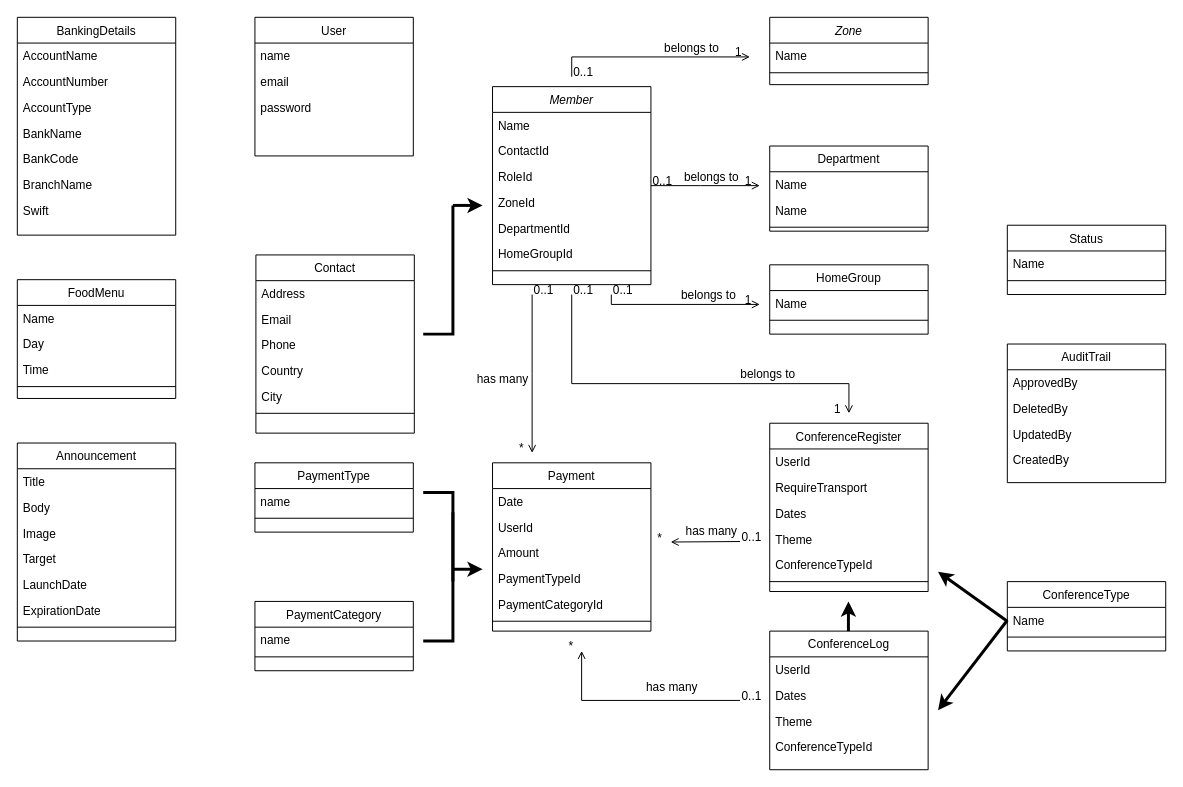
Before: Untitled Diagram.drawio in alphamonline/HIM-Events-App, a draw.io diagram. Source tidied: cells renumbered, new cells numbered last; positions are measured from the earlier drawing's top-left corner, leaving out a move shared by most shapes. Both pictures are drawn from the tidied source at 99%, with x=0, y=0 at pixel (17, 17).
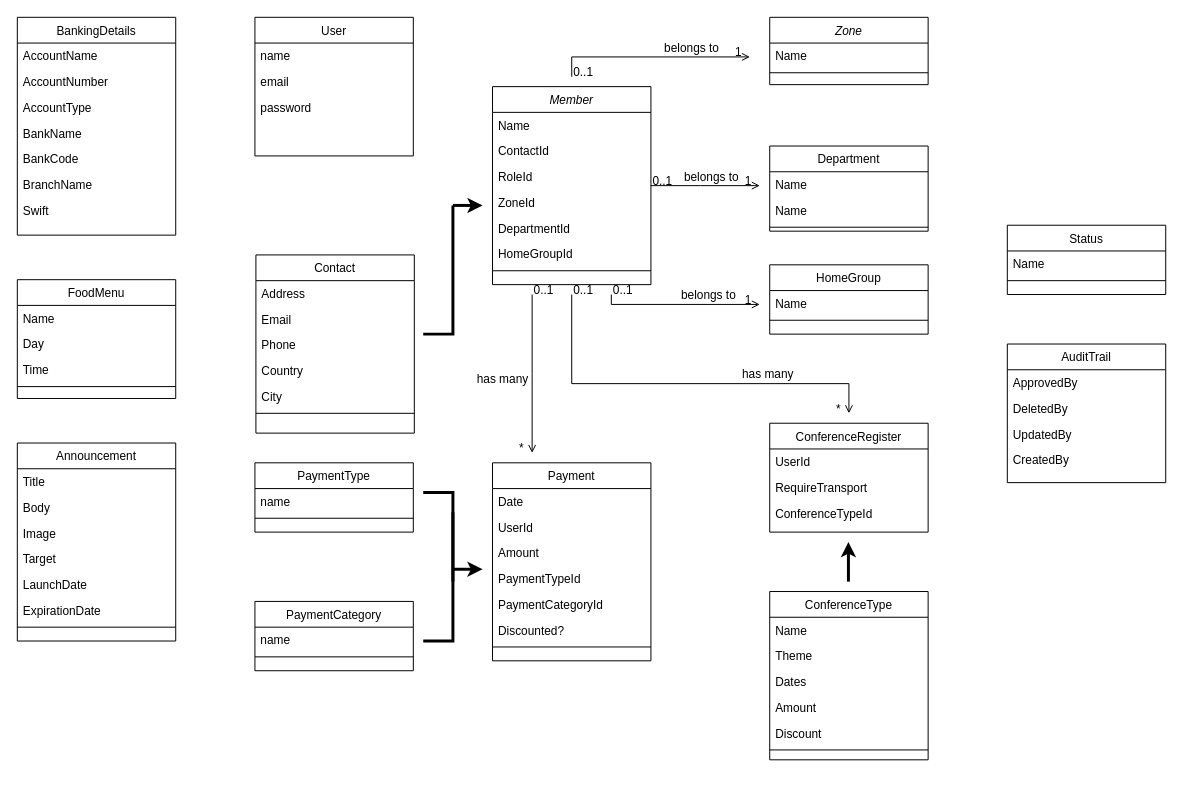
The same diagram, later.

Commit message:
Coference Logic

The change refers to these unchanged cells:
```xml
<mxCell id="34" value="Name" style="text;align=left;verticalAlign=top;spacingLeft=4;spacingRight=4;overflow=hidden;points=[[0,0.5],[1,0.5]];portConstraint=eastwest;" parent="33" vertex="1">
  <mxGeometry y="26" width="160" height="26" as="geometry" />
</mxCell>
<mxCell id="93" style="endArrow=open;shadow=0;strokeWidth=1;rounded=0;curved=0;endFill=1;edgeStyle=elbowEdgeStyle;elbow=vertical;" parent="1" edge="1">
  <mxGeometry x="0.5" y="41" relative="1" as="geometry">
    <mxPoint x="560" y="280" as="sourcePoint" />
    <mxPoint x="840" y="400" as="targetPoint" />
    <Array as="points">
      <mxPoint x="560" y="370" />
    </Array>
    <mxPoint x="-40" y="32" as="offset" />
  </mxGeometry>
</mxCell>
```

Diff of the diagram source:
```diff
@@
     <mxCell id="33" value="ConferenceType" style="swimlane;fontStyle=0;align=center;verticalAlign=top;horizontal=1;startSize=26;rounded=0;shadow=0;strokeWidth=1;" parent="1" vertex="1">
-      <mxGeometry x="1000" y="570" width="160" height="70" as="geometry" />
+      <mxGeometry x="760" y="580" width="160" height="170" as="geometry" />
     </mxCell>
@@
-    <mxCell id="35" style="line;html=1;strokeWidth=1;align=left;verticalAlign=middle;spacingTop=-1;spacingLeft=3;spacingRight=3;labelPosition=right;" parent="33" vertex="1">
-      <mxGeometry y="52" width="160" height="8" as="geometry" />
-    </mxCell>
+    <mxCell id="124" value="Theme" style="text;align=left;verticalAlign=top;spacingLeft=4;spacingRight=4;overflow=hidden;" parent="33" vertex="1">
+      <mxGeometry y="52" width="160" height="26" as="geometry" />
+    </mxCell>
+    <mxCell id="125" value="Dates" style="text;align=left;verticalAlign=top;spacingLeft=4;spacingRight=4;overflow=hidden;" parent="33" vertex="1">
+      <mxGeometry y="78" width="160" height="26" as="geometry" />
+    </mxCell>
+    <mxCell id="126" value="Amount" style="text;align=left;verticalAlign=top;spacingLeft=4;spacingRight=4;overflow=hidden;" parent="33" vertex="1">
+      <mxGeometry y="104" width="160" height="26" as="geometry" />
+    </mxCell>
+    <mxCell id="127" value="Discount" style="text;align=left;verticalAlign=top;spacingLeft=4;spacingRight=4;overflow=hidden;" parent="33" vertex="1">
+      <mxGeometry y="130" width="160" height="26" as="geometry" />
+    </mxCell>
+    <mxCell id="53" style="line;html=1;strokeWidth=1;align=left;verticalAlign=middle;spacingTop=-1;spacingLeft=3;spacingRight=3;labelPosition=right;" parent="33" vertex="1">
+      <mxGeometry y="156" width="160" height="8" as="geometry" />
+    </mxCell>
@@
     <mxCell id="47" value="Payment" style="swimlane;fontStyle=0;align=center;verticalAlign=top;horizontal=1;startSize=26;rounded=0;shadow=0;strokeWidth=1;" parent="1" vertex="1">
-      <mxGeometry x="480" y="450" width="160" height="170" as="geometry" />
+      <mxGeometry x="480" y="450" width="160" height="200" as="geometry" />
     </mxCell>
@@
-    <mxCell id="53" style="line;html=1;strokeWidth=1;align=left;verticalAlign=middle;spacingTop=-1;spacingLeft=3;spacingRight=3;labelPosition=right;" parent="47" vertex="1">
-      <mxGeometry y="156" width="160" height="8" as="geometry" />
-    </mxCell>
+    <mxCell id="128" value="Discounted?" style="text;align=left;verticalAlign=top;spacingLeft=4;spacingRight=4;overflow=hidden;rounded=0;shadow=0;html=0;" parent="47" vertex="1">
+      <mxGeometry y="156" width="160" height="26" as="geometry" />
+    </mxCell>
+    <mxCell id="92" style="line;html=1;strokeWidth=1;align=left;verticalAlign=middle;spacingTop=-1;spacingLeft=3;spacingRight=3;labelPosition=right;" parent="47" vertex="1">
+      <mxGeometry y="182" width="160" height="8" as="geometry" />
+    </mxCell>
@@
     <mxCell id="86" value="ConferenceRegister" style="swimlane;fontStyle=0;align=center;verticalAlign=top;horizontal=1;startSize=26;rounded=0;shadow=0;strokeWidth=1;" parent="1" vertex="1">
-      <mxGeometry x="760" y="410" width="160" height="170" as="geometry" />
+      <mxGeometry x="760" y="410" width="160" height="110" as="geometry" />
     </mxCell>
@@
-    <mxCell id="89" value="Dates" style="text;align=left;verticalAlign=top;spacingLeft=4;spacingRight=4;overflow=hidden;rounded=0;shadow=0;html=0;" parent="86" vertex="1">
-      <mxGeometry y="78" width="160" height="26" as="geometry" />
-    </mxCell>
-    <mxCell id="90" value="Theme" style="text;align=left;verticalAlign=top;spacingLeft=4;spacingRight=4;overflow=hidden;rounded=0;shadow=0;html=0;" parent="86" vertex="1">
-      <mxGeometry y="104" width="160" height="26" as="geometry" />
-    </mxCell>
     <mxCell id="91" value="ConferenceTypeId" style="text;align=left;verticalAlign=top;spacingLeft=4;spacingRight=4;overflow=hidden;rounded=0;shadow=0;html=0;" parent="86" vertex="1">
-      <mxGeometry y="130" width="160" height="26" as="geometry" />
+      <mxGeometry y="78" width="160" height="26" as="geometry" />
     </mxCell>
-    <mxCell id="92" style="line;html=1;strokeWidth=1;align=left;verticalAlign=middle;spacingTop=-1;spacingLeft=3;spacingRight=3;labelPosition=right;" parent="86" vertex="1">
-      <mxGeometry y="156" width="160" height="8" as="geometry" />
-    </mxCell>
@@
-    <mxCell id="95" value="1" style="align=right;verticalAlign=bottom;labelBackgroundColor=none;fontSize=12;" parent="93" vertex="1">
+    <mxCell id="95" value="*" style="align=right;verticalAlign=bottom;labelBackgroundColor=none;fontSize=12;" parent="93" vertex="1">
       <mxGeometry x="1" relative="1" as="geometry">
         <mxPoint x="-7" y="4" as="offset" />
       </mxGeometry>
     </mxCell>
-    <mxCell id="96" value="belongs to" style="text;html=1;align=center;verticalAlign=middle;labelBackgroundColor=none;rounded=0;shadow=0;strokeWidth=1;fontSize=12;" parent="93" vertex="1">
+    <mxCell id="96" value="has many" style="text;html=1;align=center;verticalAlign=middle;labelBackgroundColor=none;rounded=0;shadow=0;strokeWidth=1;fontSize=12;" parent="93" vertex="1">
       <mxGeometry x="0.5" y="49" relative="1" as="geometry">
         <mxPoint x="-13" y="39" as="offset" />
       </mxGeometry>
     </mxCell>
-    <mxCell id="97" value="ConferenceLog" style="swimlane;fontStyle=0;align=center;verticalAlign=top;horizontal=1;startSize=26;rounded=0;shadow=0;strokeWidth=1;" parent="1" vertex="1">
-      <mxGeometry x="760" y="620" width="160" height="140" as="geometry" />
-    </mxCell>
-    <mxCell id="98" value="UserId" style="text;align=left;verticalAlign=top;spacingLeft=4;spacingRight=4;overflow=hidden;" parent="97" vertex="1">
-      <mxGeometry y="26" width="160" height="26" as="geometry" />
-    </mxCell>
-    <mxCell id="99" value="Dates" style="text;align=left;verticalAlign=top;spacingLeft=4;spacingRight=4;overflow=hidden;rounded=0;shadow=0;html=0;" parent="97" vertex="1">
-      <mxGeometry y="52" width="160" height="26" as="geometry" />
-    </mxCell>
-    <mxCell id="100" value="Theme" style="text;align=left;verticalAlign=top;spacingLeft=4;spacingRight=4;overflow=hidden;rounded=0;shadow=0;html=0;" parent="97" vertex="1">
-      <mxGeometry y="78" width="160" height="26" as="geometry" />
-    </mxCell>
-    <mxCell id="101" value="ConferenceTypeId" style="text;align=left;verticalAlign=top;spacingLeft=4;spacingRight=4;overflow=hidden;rounded=0;shadow=0;html=0;" parent="97" vertex="1">
-      <mxGeometry y="104" width="160" height="26" as="geometry" />
-    </mxCell>
-    <mxCell id="102" style="endArrow=classic;html=1;rounded=0;strokeWidth=3;" parent="1" edge="1">
-      <mxGeometry relative="1" as="geometry">
-        <mxPoint x="839.5" y="620" as="sourcePoint" />
-        <mxPoint x="839.5" y="590" as="targetPoint" />
-      </mxGeometry>
-    </mxCell>
-    <mxCell id="103" style="endArrow=open;shadow=0;strokeWidth=1;rounded=0;curved=0;endFill=1;edgeStyle=elbowEdgeStyle;elbow=vertical;" parent="1" edge="1">
-      <mxGeometry x="0.5" y="41" relative="1" as="geometry">
-        <mxPoint x="730" y="529.5" as="sourcePoint" />
-        <mxPoint x="660" y="530" as="targetPoint" />
-        <mxPoint x="-40" y="32" as="offset" />
-      </mxGeometry>
-    </mxCell>
-    <mxCell id="104" value="0..1" style="align=left;verticalAlign=bottom;labelBackgroundColor=none;fontSize=12;" parent="103" vertex="1">
-      <mxGeometry x="-1" relative="1" as="geometry">
-        <mxPoint y="4" as="offset" />
-      </mxGeometry>
-    </mxCell>
-    <mxCell id="105" value="*" style="align=right;verticalAlign=bottom;labelBackgroundColor=none;fontSize=12;" parent="103" vertex="1">
-      <mxGeometry x="1" relative="1" as="geometry">
-        <mxPoint x="-7" y="4" as="offset" />
-      </mxGeometry>
-    </mxCell>
-    <mxCell id="106" value="has many" style="text;html=1;align=center;verticalAlign=middle;labelBackgroundColor=none;rounded=0;shadow=0;strokeWidth=1;fontSize=12;" parent="103" vertex="1">
-      <mxGeometry x="0.5" y="49" relative="1" as="geometry">
-        <mxPoint x="23" y="-61" as="offset" />
-      </mxGeometry>
-    </mxCell>
@@
-    <mxCell id="110" style="endArrow=classic;html=1;rounded=0;strokeWidth=3;exitX=0;exitY=0.5;exitDx=0;exitDy=0;" parent="1" edge="1" source="34">
-      <mxGeometry relative="1" as="geometry">
-        <mxPoint x="930" y="700" as="targetPoint" />
-      </mxGeometry>
-    </mxCell>
     <mxCell id="111" style="endArrow=classic;html=1;rounded=0;strokeWidth=3;" parent="1" edge="1">
       <mxGeometry relative="1" as="geometry">
-        <mxPoint x="1000" y="610" as="sourcePoint" />
-        <mxPoint x="930" y="560" as="targetPoint" />
+        <mxPoint x="839.5" y="570" as="sourcePoint" />
+        <mxPoint x="839.5" y="530" as="targetPoint" />
       </mxGeometry>
     </mxCell>
-    <mxCell id="112" style="endArrow=open;shadow=0;strokeWidth=1;rounded=0;curved=0;endFill=1;edgeStyle=elbowEdgeStyle;elbow=vertical;" parent="1" edge="1">
-      <mxGeometry x="0.5" y="41" relative="1" as="geometry">
-        <mxPoint x="730" y="690" as="sourcePoint" />
-        <mxPoint x="570" y="640" as="targetPoint" />
-        <Array as="points">
-          <mxPoint x="650" y="690" />
-        </Array>
-        <mxPoint x="-40" y="32" as="offset" />
-      </mxGeometry>
-    </mxCell>
-    <mxCell id="113" value="0..1" style="align=left;verticalAlign=bottom;labelBackgroundColor=none;fontSize=12;" parent="112" vertex="1">
-      <mxGeometry x="-1" relative="1" as="geometry">
-        <mxPoint y="4" as="offset" />
-      </mxGeometry>
-    </mxCell>
-    <mxCell id="114" value="*" style="align=right;verticalAlign=bottom;labelBackgroundColor=none;fontSize=12;" parent="112" vertex="1">
-      <mxGeometry x="1" relative="1" as="geometry">
-        <mxPoint x="-7" y="4" as="offset" />
-      </mxGeometry>
-    </mxCell>
-    <mxCell id="115" value="has many" style="text;html=1;align=center;verticalAlign=middle;labelBackgroundColor=none;rounded=0;shadow=0;strokeWidth=1;fontSize=12;" parent="112" vertex="1">
-      <mxGeometry x="0.5" y="49" relative="1" as="geometry">
-        <mxPoint x="88" y="-63" as="offset" />
-      </mxGeometry>
-    </mxCell>
```
